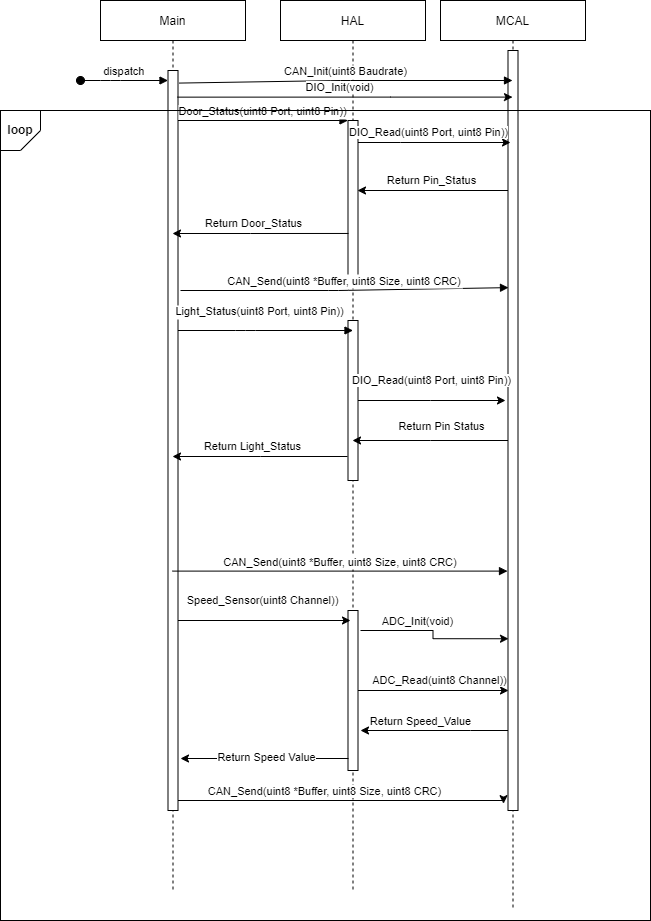
Earlier version of the draw.io export Embedded Systems Design Project/Screen_Shots/Sequence Diagram (ECU_1).png (MohamedAshrafKhedr/Sprints_ARM_MC02-MA-). Source tidied: cells renumbered, new cells last; positions are measured from the earlier drawing's top-left corner, leaving out a move shared by most shapes.
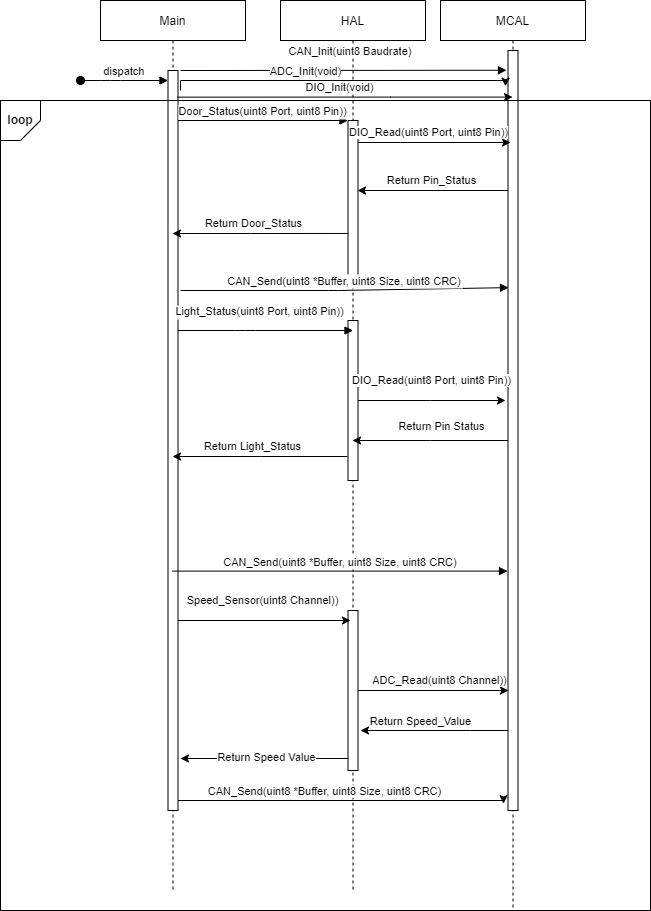
The same diagram one commit later.

Change to the diagram source:
```diff
@@ -45,11 +45,9 @@
     <mxCell id="12" style="points=[];perimeter=orthogonalPerimeter;rounded=0;shadow=0;strokeWidth=1;" parent="11" vertex="1">
       <mxGeometry x="67.5" y="50" width="10" height="760" as="geometry" />
     </mxCell>
-    <mxCell id="13" value="CAN_Init(uint8 Baudrate)" style="verticalAlign=bottom;endArrow=block;shadow=0;strokeWidth=1;exitX=1.1;exitY=0.017;exitDx=0;exitDy=0;exitPerimeter=0;" parent="1" edge="1" source="3" target="11">
-      <mxGeometry relative="1" as="geometry">
-        <Array as="points">
-          <mxPoint x="340" y="80" />
-        </Array>
+    <mxCell id="13" value="CAN_Init(uint8 Baudrate)" style="verticalAlign=bottom;endArrow=block;shadow=0;strokeWidth=1;entryX=-0.15;entryY=0.026;entryDx=0;entryDy=0;entryPerimeter=0;" parent="1" edge="1" target="12">
+      <mxGeometry x="0.04" y="10" relative="1" as="geometry">
+        <mxPoint x="180" y="70" as="sourcePoint" />
       </mxGeometry>
     </mxCell>
     <mxCell id="14" value="&lt;span style=&quot;color: rgb(0, 0, 0); font-family: Helvetica; font-size: 11px; font-style: normal; font-variant-ligatures: normal; font-variant-caps: normal; font-weight: 400; letter-spacing: normal; orphans: 2; text-align: center; text-indent: 0px; text-transform: none; widows: 2; word-spacing: 0px; -webkit-text-stroke-width: 0px; background-color: rgb(255, 255, 255); text-decoration-thickness: initial; text-decoration-style: initial; text-decoration-color: initial; float: none; display: inline !important;&quot;&gt;DIO_Read(uint8 Port, uint8 Pin))&lt;/span&gt;" style="edgeStyle=orthogonalEdgeStyle;rounded=0;jettySize=auto;html=1;" parent="1" edge="1" source="6">
@@ -127,8 +125,13 @@
         </Array>
       </mxGeometry>
     </mxCell>
-    <mxCell id="24" style="edgeStyle=orthogonalEdgeStyle;rounded=0;jettySize=auto;html=1;entryX=0.05;entryY=0.774;entryDx=0;entryDy=0;entryPerimeter=0;exitX=1.25;exitY=0.125;exitDx=0;exitDy=0;exitPerimeter=0;" parent="1" edge="1" source="9" target="12">
-      <mxGeometry relative="1" as="geometry" />
+    <mxCell id="24" style="edgeStyle=orthogonalEdgeStyle;rounded=0;jettySize=auto;html=1;entryX=-0.25;entryY=0.047;entryDx=0;entryDy=0;entryPerimeter=0;exitX=1.25;exitY=0.027;exitDx=0;exitDy=0;exitPerimeter=0;" parent="1" edge="1" source="3" target="12">
+      <mxGeometry relative="1" as="geometry">
+        <Array as="points">
+          <mxPoint x="180" y="80" />
+          <mxPoint x="505" y="80" />
+        </Array>
+      </mxGeometry>
     </mxCell>
     <mxCell id="25" value="ADC_Init(void)" style="edgeLabel;html=1;align=center;verticalAlign=middle;" parent="24" vertex="1">
       <mxGeometry x="-0.16" y="2" relative="1" as="geometry">
@@ -191,11 +194,11 @@
         </Array>
       </mxGeometry>
     </mxCell>
+    <mxCell id="35" value="&lt;b&gt;loop&lt;/b&gt;" style="verticalLabelPosition=middle;verticalAlign=middle;html=1;shape=card;whiteSpace=wrap;size=20;arcSize=12;fillColor=none;direction=west;align=center;labelPosition=center;" parent="1" vertex="1">
+      <mxGeometry y="100" width="40" height="40" as="geometry" />
+    </mxCell>
     <mxCell id="34" style="rounded=0;whiteSpace=wrap;html=1;fillColor=none;" parent="1" vertex="1">
-      <mxGeometry y="110" width="650" height="810" as="geometry" />
+      <mxGeometry y="100" width="650" height="810" as="geometry" />
     </mxCell>
-    <mxCell id="35" value="&lt;b&gt;loop&lt;/b&gt;" style="verticalLabelPosition=middle;verticalAlign=middle;html=1;shape=card;whiteSpace=wrap;size=20;arcSize=12;fillColor=none;direction=west;align=center;labelPosition=center;" parent="1" vertex="1">
-      <mxGeometry y="110" width="40" height="40" as="geometry" />
-    </mxCell>
   </root>
 </mxGraphModel>
```
